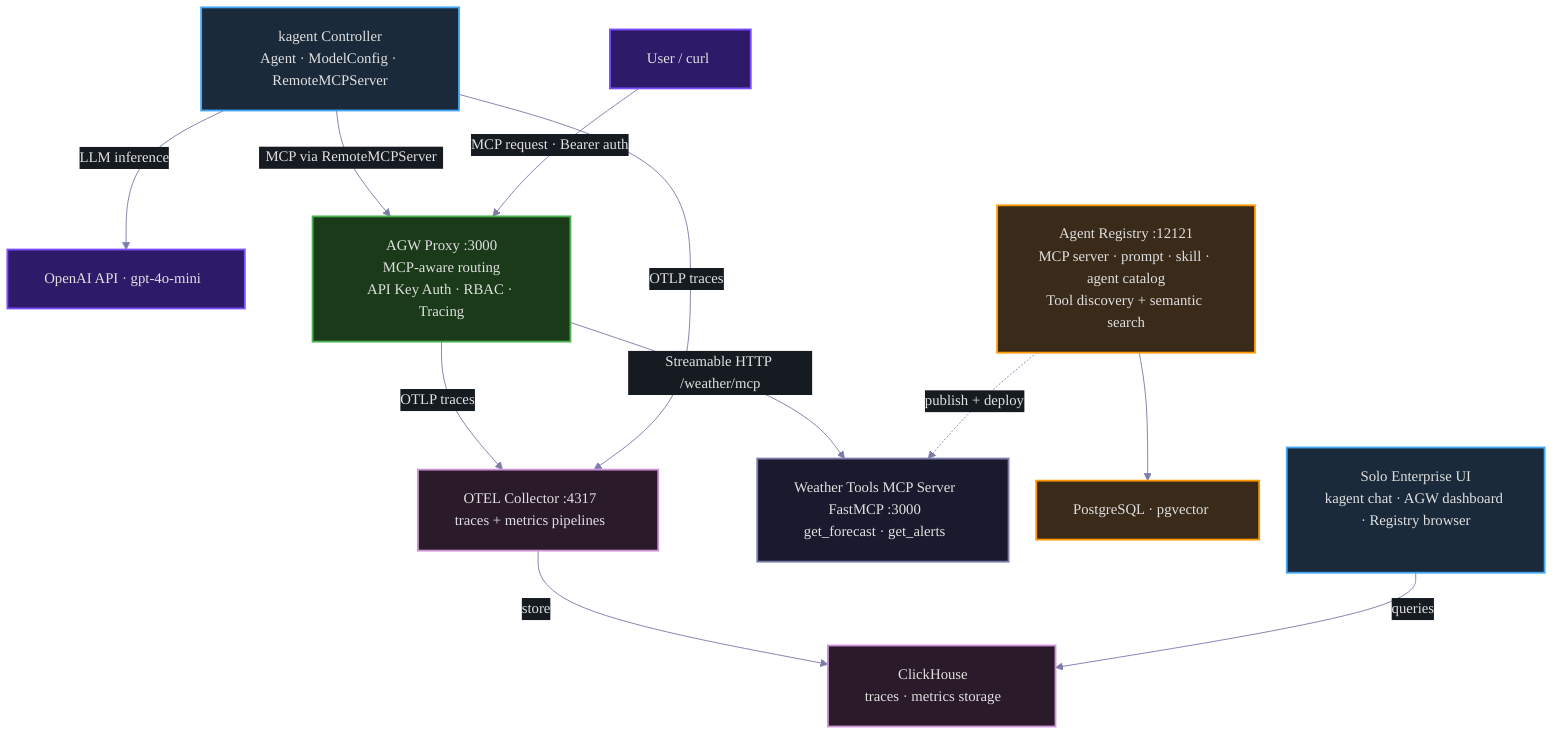
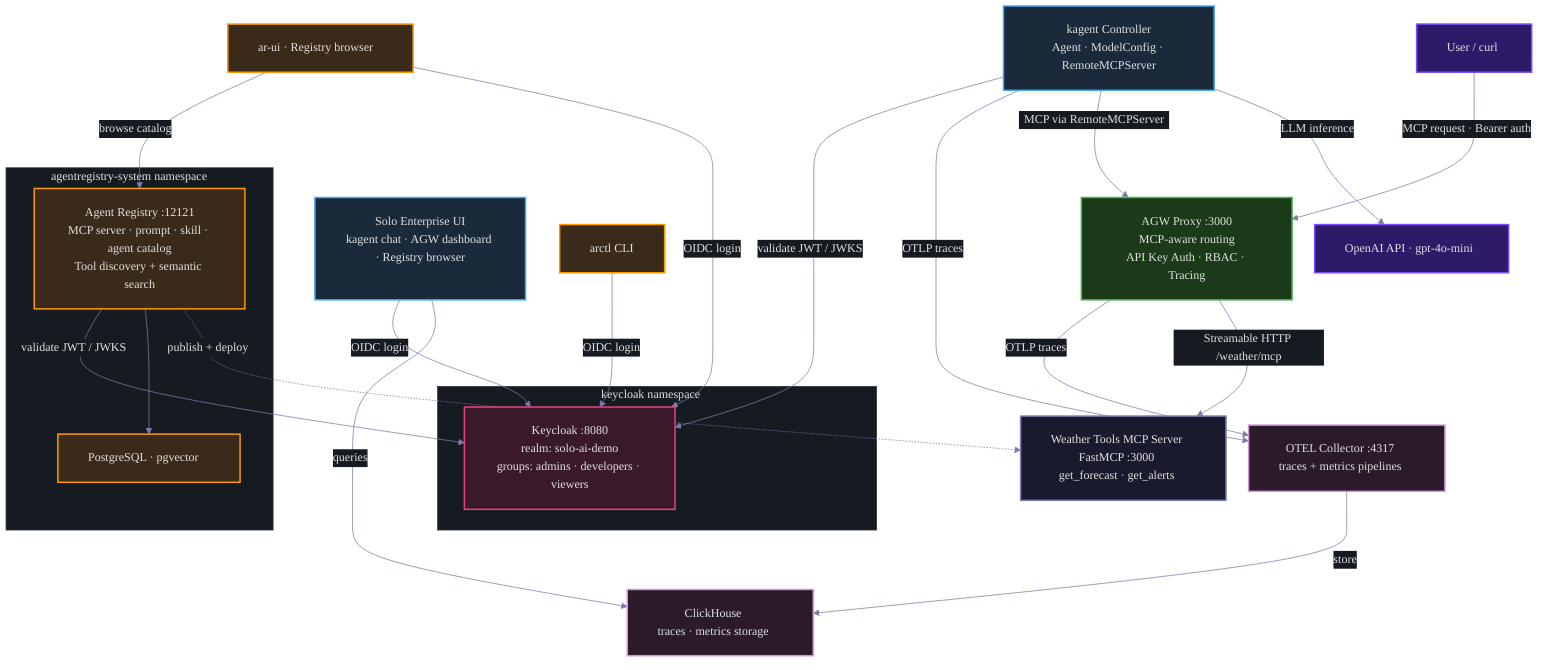
%%{init: {'theme': 'base', 'themeVariables': { 'primaryColor': '#1a1a2e', 'primaryTextColor': '#e0e0e0', 'primaryBorderColor': '#4a4a6a', 'lineColor': '#7c7caa', 'secondaryColor': '#16213e', 'tertiaryColor': '#0f3460', 'background': '#0d1117', 'mainBkg': '#161b22', 'nodeBorder': '#30363d', 'clusterBkg': '#161b22', 'clusterBorder': '#30363d', 'titleColor': '#e0e0e0', 'edgeLabelBackground': '#161b22', 'noteTextColor': '#e0e0e0', 'noteBkgColor': '#1a1a2e', 'fontFamily': 'Inter, system-ui, sans-serif', 'fontSize': '16px' }, 'flowchart': { 'nodeSpacing': 30, 'rankSpacing': 55, 'curve': 'basis', 'padding': 20 }}}%%

graph TD
    KAGENT["kagent Controller<br/>Agent · ModelConfig · RemoteMCPServer"]
    UI["Solo Enterprise UI<br/>kagent chat · AGW dashboard · Registry browser"]
    OPENAI["OpenAI API · gpt-4o-mini"]
    AGW_PROXY["AGW Proxy :3000<br/>MCP-aware routing<br/>API Key Auth · RBAC · Tracing"]
    USER["User / curl"]
    WEATHER["Weather Tools MCP Server<br/>FastMCP :3000<br/>get_forecast · get_alerts"]
-     AR["Agent Registry :12121<br/>MCP server · prompt · skill · agent catalog<br/>Tool discovery + semantic search"]
-     AR_PG["PostgreSQL · pgvector"]
+     ARCTL["arctl CLI"]
+     AR_UI["ar-ui · Registry browser"]
+ 
+     subgraph AR_NS["agentregistry-system namespace"]
+         AR["Agent Registry :12121<br/>MCP server · prompt · skill · agent catalog<br/>Tool discovery + semantic search"]
+         AR_PG["PostgreSQL · pgvector"]
+     end
+ 
+     subgraph KC_NS["keycloak namespace"]
+         KC["Keycloak :8080<br/>realm: solo-ai-demo<br/>groups: admins · developers · viewers"]
+     end
+ 
    OTEL["OTEL Collector :4317<br/>traces + metrics pipelines"]
    CH["ClickHouse<br/>traces · metrics storage"]

    KAGENT -->|"LLM inference"| OPENAI
    KAGENT -->|"MCP via RemoteMCPServer"| AGW_PROXY
    USER -->|"MCP request · Bearer auth"| AGW_PROXY
    AGW_PROXY -->|"Streamable HTTP /weather/mcp"| WEATHER
    AR -.->|"publish + deploy"| WEATHER
    AR --> AR_PG
    AGW_PROXY -->|"OTLP traces"| OTEL
    KAGENT -->|"OTLP traces"| OTEL
    OTEL -->|"store"| CH
    UI -->|"queries"| CH

+     %% OIDC SSO + RBAC
+     AR_UI -->|"OIDC login"| KC
+     ARCTL -->|"OIDC login"| KC
+     UI -->|"OIDC login"| KC
+     AR -->|"validate JWT / JWKS"| KC
+     KAGENT -->|"validate JWT / JWKS"| KC
+     AR_UI -->|"browse catalog"| AR
+ 
    classDef external fill:#2d1b69,stroke:#7c4dff,color:#e0e0e0,stroke-width:2px
    classDef gateway fill:#1a3a1a,stroke:#4caf50,color:#e0e0e0,stroke-width:2px
    classDef kagentStyle fill:#1a2a3a,stroke:#42a5f5,color:#e0e0e0,stroke-width:2px
    classDef registry fill:#3a2a1a,stroke:#ff9800,color:#e0e0e0,stroke-width:2px
    classDef demo fill:#1a1a2e,stroke:#7c7caa,color:#e0e0e0,stroke-width:2px
    classDef telemetry fill:#2a1a2a,stroke:#ce93d8,color:#e0e0e0,stroke-width:2px
+     classDef auth fill:#3a1a2a,stroke:#ec407a,color:#e0e0e0,stroke-width:2px

    class USER,OPENAI external
    class AGW_PROXY gateway
    class KAGENT,UI kagentStyle
-     class AR,AR_PG registry
+     class AR,AR_PG,AR_UI,ARCTL registry
    class WEATHER demo
    class OTEL,CH telemetry
+     class KC auth
